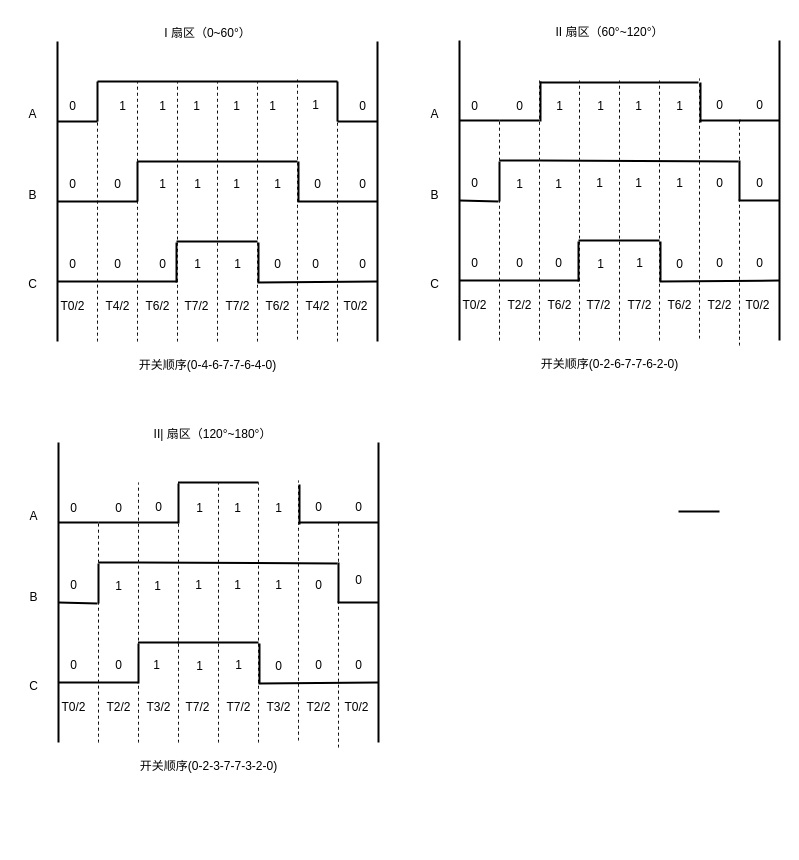
Vinson-001/Blog-flow-chart keeps this draw.io diagram as page "SVPWM 开关时序" (3 of 3) of SVPWM 脉冲调制.drawio. Above is the earlier version. Source tidied: cells renumbered, new cells numbered last; positions are measured from the earlier drawing's top-left corner, leaving out a move shared by most shapes. Both pictures are drawn from the tidied source at 100%, with x=0, y=0 at pixel (17, 17).
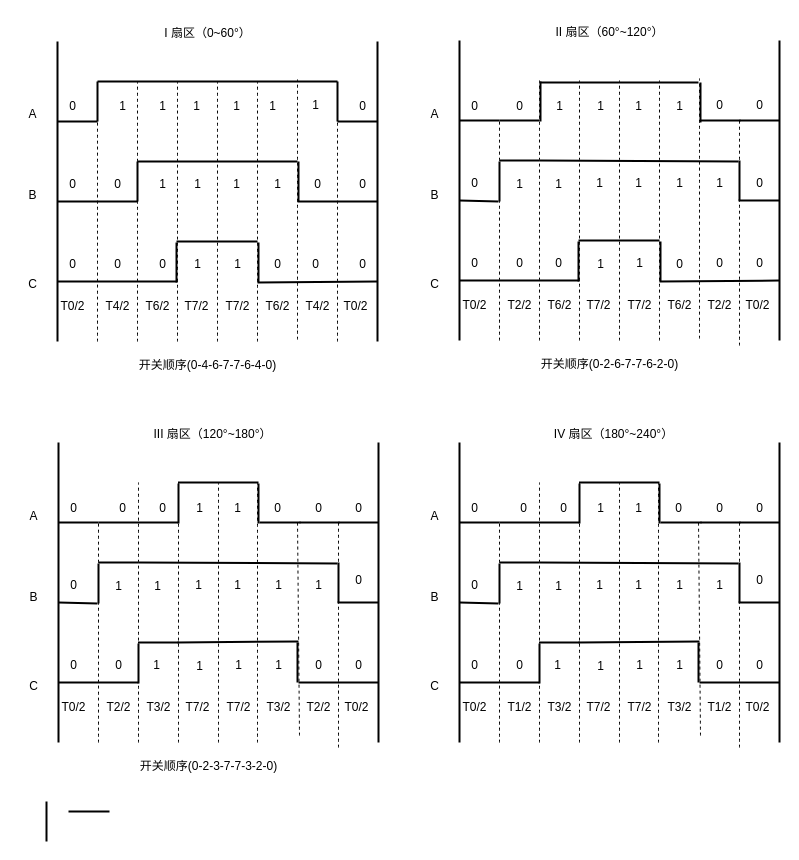
After the change.

What changed in the source:
```diff
@@
-    <mxCell id="92" value="0" style="text;html=1;align=center;verticalAlign=middle;strokeColor=none;fillColor=none;" parent="1" vertex="1">
+    <mxCell id="92" value="1" style="text;html=1;align=center;verticalAlign=middle;strokeColor=none;fillColor=none;" parent="1" vertex="1">
       <mxGeometry x="687" y="151" width="30" height="30" as="geometry" />
     </mxCell>
@@
     <mxCell id="128" style="endArrow=none;html=1;rounded=0;curved=1;strokeWidth=2;" parent="1" edge="1">
       <mxGeometry relative="1" as="geometry">
-        <mxPoint x="282" y="507" as="sourcePoint" />
-        <mxPoint x="282" y="467" as="targetPoint" />
+        <mxPoint x="241" y="506" as="sourcePoint" />
+        <mxPoint x="241" y="466" as="targetPoint" />
       </mxGeometry>
     </mxCell>
@@
     <mxCell id="130" value="0" style="text;html=1;align=center;verticalAlign=middle;strokeColor=none;fillColor=none;" parent="1" vertex="1">
-      <mxGeometry x="326" y="475" width="30" height="30" as="geometry" />
+      <mxGeometry x="326" y="476" width="30" height="30" as="geometry" />
     </mxCell>
@@
     <mxCell id="147" style="endArrow=none;html=1;rounded=0;curved=1;strokeWidth=2;" parent="1" edge="1">
       <mxGeometry relative="1" as="geometry">
         <mxPoint x="160" y="625" as="sourcePoint" />
-        <mxPoint x="241" y="625" as="targetPoint" />
+        <mxPoint x="281" y="624" as="targetPoint" />
       </mxGeometry>
     </mxCell>
@@
     <mxCell id="150" style="endArrow=none;html=1;rounded=0;curved=1;strokeWidth=2;" parent="1" edge="1">
       <mxGeometry relative="1" as="geometry">
-        <mxPoint x="242" y="666" as="sourcePoint" />
-        <mxPoint x="242" y="626" as="targetPoint" />
+        <mxPoint x="280" y="665" as="sourcePoint" />
+        <mxPoint x="280" y="625" as="targetPoint" />
       </mxGeometry>
     </mxCell>
     <mxCell id="151" style="endArrow=none;html=1;rounded=0;curved=1;strokeWidth=2;" parent="1" edge="1">
       <mxGeometry relative="1" as="geometry">
-        <mxPoint x="241" y="666" as="sourcePoint" />
+        <mxPoint x="281" y="665" as="sourcePoint" />
         <mxPoint x="361" y="665" as="targetPoint" />
       </mxGeometry>
     </mxCell>
-    <mxCell id="152" value="0" style="text;html=1;align=center;verticalAlign=middle;strokeColor=none;fillColor=none;" parent="1" vertex="1">
-      <mxGeometry x="246" y="634" width="30" height="30" as="geometry" />
+    <mxCell id="152" value="1" style="text;html=1;align=center;verticalAlign=middle;strokeColor=none;fillColor=none;" parent="1" vertex="1">
+      <mxGeometry x="246" y="633" width="30" height="30" as="geometry" />
     </mxCell>
@@
-    <mxCell id="156" value="0" style="text;html=1;align=center;verticalAlign=middle;strokeColor=none;fillColor=none;" parent="1" vertex="1">
+    <mxCell id="156" value="1" style="text;html=1;align=center;verticalAlign=middle;strokeColor=none;fillColor=none;" parent="1" vertex="1">
       <mxGeometry x="286" y="553" width="30" height="30" as="geometry" />
     </mxCell>
@@
     <mxCell id="174" style="endArrow=none;dashed=1;html=1;rounded=0;curved=1;" parent="1" edge="1">
       <mxGeometry relative="1" as="geometry">
-        <mxPoint x="241" y="725" as="sourcePoint" />
-        <mxPoint x="241" y="465" as="targetPoint" />
+        <mxPoint x="240" y="725" as="sourcePoint" />
+        <mxPoint x="240" y="465" as="targetPoint" />
       </mxGeometry>
     </mxCell>
-    <mxCell id="175" style="endArrow=none;dashed=1;html=1;rounded=0;curved=1;" parent="1" edge="1">
+    <mxCell id="175" style="endArrow=none;dashed=1;html=1;rounded=0;curved=1;entryX=0;entryY=1.067;entryDx=0;entryDy=0;entryPerimeter=0;" parent="1" edge="1">
       <mxGeometry relative="1" as="geometry">
-        <mxPoint x="281" y="723" as="sourcePoint" />
-        <mxPoint x="281" y="463" as="targetPoint" />
+        <mxPoint x="282" y="718" as="sourcePoint" />
+        <mxPoint x="280" y="503" as="targetPoint" />
       </mxGeometry>
     </mxCell>
@@
-    <mxCell id="177" value="II| 扇区（120°~180°）" style="text;html=1;align=center;verticalAlign=middle;strokeColor=none;fillColor=none;" parent="1" vertex="1">
+    <mxCell id="177" value="III 扇区（120°~180°）" style="text;html=1;align=center;verticalAlign=middle;strokeColor=none;fillColor=none;" parent="1" vertex="1">
       <mxGeometry x="125" y="402" width="140" height="30" as="geometry" />
     </mxCell>
@@
     <mxCell id="182" value="0" style="text;html=1;align=center;verticalAlign=middle;strokeColor=none;fillColor=none;" parent="1" vertex="1">
-      <mxGeometry x="86" y="476" width="30" height="30" as="geometry" />
+      <mxGeometry x="90" y="476" width="30" height="30" as="geometry" />
     </mxCell>
@@
     <mxCell id="184" value="0" style="text;html=1;align=center;verticalAlign=middle;strokeColor=none;fillColor=none;" parent="1" vertex="1">
-      <mxGeometry x="126" y="475" width="30" height="30" as="geometry" />
+      <mxGeometry x="130" y="476" width="30" height="30" as="geometry" />
     </mxCell>
@@
-    <mxCell id="188" value="1" style="text;html=1;align=center;verticalAlign=middle;strokeColor=none;fillColor=none;" parent="1" vertex="1">
-      <mxGeometry x="246" y="476" width="30" height="30" as="geometry" />
+    <mxCell id="188" value="0" style="text;html=1;align=center;verticalAlign=middle;strokeColor=none;fillColor=none;" parent="1" vertex="1">
+      <mxGeometry x="245" y="476" width="30" height="30" as="geometry" />
     </mxCell>
     <mxCell id="189" value="0" style="text;html=1;align=center;verticalAlign=middle;strokeColor=none;fillColor=none;" parent="1" vertex="1">
-      <mxGeometry x="286" y="475" width="30" height="30" as="geometry" />
+      <mxGeometry x="286" y="476" width="30" height="30" as="geometry" />
     </mxCell>
     <mxCell id="190" style="endArrow=none;html=1;rounded=0;curved=1;strokeWidth=2;" parent="1" edge="1">
       <mxGeometry relative="1" as="geometry">
-        <mxPoint x="661" y="494" as="sourcePoint" />
-        <mxPoint x="702" y="494" as="targetPoint" />
+        <mxPoint x="51" y="794" as="sourcePoint" />
+        <mxPoint x="92" y="794" as="targetPoint" />
       </mxGeometry>
     </mxCell>
@@
+    <mxCell id="193" style="endArrow=none;html=1;rounded=0;curved=1;strokeWidth=2;" parent="1" edge="1">
+      <mxGeometry relative="1" as="geometry">
+        <mxPoint x="29" y="824" as="sourcePoint" />
+        <mxPoint x="29" y="784" as="targetPoint" />
+      </mxGeometry>
+    </mxCell>
+    <mxCell id="194" style="endArrow=none;html=1;rounded=0;curved=1;strokeWidth=2;" parent="1" edge="1">
+      <mxGeometry relative="1" as="geometry">
+        <mxPoint x="242" y="505" as="sourcePoint" />
+        <mxPoint x="283" y="505" as="targetPoint" />
+      </mxGeometry>
+    </mxCell>
+    <mxCell id="195" style="endArrow=none;html=1;rounded=0;curved=1;strokeWidth=2;" parent="1" edge="1">
+      <mxGeometry relative="1" as="geometry">
+        <mxPoint x="442" y="505" as="sourcePoint" />
+        <mxPoint x="482" y="505" as="targetPoint" />
+      </mxGeometry>
+    </mxCell>
+    <mxCell id="196" style="endArrow=none;html=1;rounded=0;curved=1;strokeWidth=2;" parent="1" edge="1">
+      <mxGeometry relative="1" as="geometry">
+        <mxPoint x="642" y="506" as="sourcePoint" />
+        <mxPoint x="642" y="466" as="targetPoint" />
+      </mxGeometry>
+    </mxCell>
+    <mxCell id="197" style="endArrow=none;html=1;rounded=0;curved=1;strokeWidth=2;" parent="1" edge="1">
+      <mxGeometry relative="1" as="geometry">
+        <mxPoint x="722" y="505" as="sourcePoint" />
+        <mxPoint x="762" y="505" as="targetPoint" />
+      </mxGeometry>
+    </mxCell>
+    <mxCell id="198" value="0" style="text;html=1;align=center;verticalAlign=middle;strokeColor=none;fillColor=none;" parent="1" vertex="1">
+      <mxGeometry x="727" y="476" width="30" height="30" as="geometry" />
+    </mxCell>
+    <mxCell id="199" style="endArrow=none;html=1;rounded=0;curved=1;strokeWidth=2;" parent="1" edge="1">
+      <mxGeometry relative="1" as="geometry">
+        <mxPoint x="442" y="725" as="sourcePoint" />
+        <mxPoint x="442" y="425" as="targetPoint" />
+      </mxGeometry>
+    </mxCell>
+    <mxCell id="200" value="A" style="text;html=1;align=center;verticalAlign=middle;strokeColor=none;fillColor=none;" parent="1" vertex="1">
+      <mxGeometry x="402" y="484" width="30" height="30" as="geometry" />
+    </mxCell>
+    <mxCell id="201" style="endArrow=none;html=1;rounded=0;curved=1;strokeWidth=2;" parent="1" edge="1">
+      <mxGeometry relative="1" as="geometry">
+        <mxPoint x="442" y="585" as="sourcePoint" />
+        <mxPoint x="481" y="586" as="targetPoint" />
+      </mxGeometry>
+    </mxCell>
+    <mxCell id="202" style="endArrow=none;html=1;rounded=0;curved=1;strokeWidth=2;" parent="1" edge="1">
+      <mxGeometry relative="1" as="geometry">
+        <mxPoint x="482" y="586" as="sourcePoint" />
+        <mxPoint x="482" y="546" as="targetPoint" />
+      </mxGeometry>
+    </mxCell>
+    <mxCell id="203" style="endArrow=none;html=1;rounded=0;curved=1;strokeWidth=2;" parent="1" edge="1">
+      <mxGeometry relative="1" as="geometry">
+        <mxPoint x="522" y="545" as="sourcePoint" />
+        <mxPoint x="721" y="546" as="targetPoint" />
+      </mxGeometry>
+    </mxCell>
+    <mxCell id="204" style="endArrow=none;html=1;rounded=0;curved=1;strokeWidth=2;" parent="1" edge="1">
+      <mxGeometry relative="1" as="geometry">
+        <mxPoint x="722" y="585" as="sourcePoint" />
+        <mxPoint x="722" y="545" as="targetPoint" />
+      </mxGeometry>
+    </mxCell>
+    <mxCell id="205" style="endArrow=none;html=1;rounded=0;curved=1;strokeWidth=2;" parent="1" edge="1">
+      <mxGeometry relative="1" as="geometry">
+        <mxPoint x="721" y="585" as="sourcePoint" />
+        <mxPoint x="762" y="585" as="targetPoint" />
+      </mxGeometry>
+    </mxCell>
+    <mxCell id="206" style="endArrow=none;html=1;rounded=0;curved=1;strokeWidth=2;" parent="1" edge="1">
+      <mxGeometry relative="1" as="geometry">
+        <mxPoint x="442" y="665" as="sourcePoint" />
+        <mxPoint x="522" y="665" as="targetPoint" />
+      </mxGeometry>
+    </mxCell>
+    <mxCell id="207" value="0" style="text;html=1;align=center;verticalAlign=middle;strokeColor=none;fillColor=none;" parent="1" vertex="1">
+      <mxGeometry x="442" y="553" width="30" height="30" as="geometry" />
+    </mxCell>
+    <mxCell id="208" value="0" style="text;html=1;align=center;verticalAlign=middle;strokeColor=none;fillColor=none;" parent="1" vertex="1">
+      <mxGeometry x="442" y="633" width="30" height="30" as="geometry" />
+    </mxCell>
+    <mxCell id="209" value="1" style="text;html=1;align=center;verticalAlign=middle;strokeColor=none;fillColor=none;" parent="1" vertex="1">
+      <mxGeometry x="487" y="554" width="30" height="30" as="geometry" />
+    </mxCell>
+    <mxCell id="210" value="0" style="text;html=1;align=center;verticalAlign=middle;strokeColor=none;fillColor=none;" parent="1" vertex="1">
+      <mxGeometry x="487" y="633" width="30" height="30" as="geometry" />
+    </mxCell>
+    <mxCell id="211" value="1" style="text;html=1;align=center;verticalAlign=middle;strokeColor=none;fillColor=none;" parent="1" vertex="1">
+      <mxGeometry x="526" y="554" width="30" height="30" as="geometry" />
+    </mxCell>
+    <mxCell id="212" value="1" style="text;html=1;align=center;verticalAlign=middle;strokeColor=none;fillColor=none;" parent="1" vertex="1">
+      <mxGeometry x="525" y="633" width="30" height="30" as="geometry" />
+    </mxCell>
+    <mxCell id="213" value="1" style="text;html=1;align=center;verticalAlign=middle;strokeColor=none;fillColor=none;" parent="1" vertex="1">
+      <mxGeometry x="567" y="553" width="30" height="30" as="geometry" />
+    </mxCell>
+    <mxCell id="214" style="endArrow=none;html=1;rounded=0;curved=1;strokeWidth=2;" parent="1" edge="1">
+      <mxGeometry relative="1" as="geometry">
+        <mxPoint x="522" y="666" as="sourcePoint" />
+        <mxPoint x="522" y="626" as="targetPoint" />
+      </mxGeometry>
+    </mxCell>
+    <mxCell id="215" style="endArrow=none;html=1;rounded=0;curved=1;strokeWidth=2;" parent="1" edge="1">
+      <mxGeometry relative="1" as="geometry">
+        <mxPoint x="561" y="625" as="sourcePoint" />
+        <mxPoint x="682" y="624" as="targetPoint" />
+      </mxGeometry>
+    </mxCell>
+    <mxCell id="216" value="1" style="text;html=1;align=center;verticalAlign=middle;strokeColor=none;fillColor=none;" parent="1" vertex="1">
+      <mxGeometry x="568" y="634" width="30" height="30" as="geometry" />
+    </mxCell>
+    <mxCell id="217" value="1" style="text;html=1;align=center;verticalAlign=middle;strokeColor=none;fillColor=none;" parent="1" vertex="1">
+      <mxGeometry x="606" y="553" width="30" height="30" as="geometry" />
+    </mxCell>
+    <mxCell id="218" style="endArrow=none;html=1;rounded=0;curved=1;strokeWidth=2;" parent="1" edge="1">
+      <mxGeometry relative="1" as="geometry">
+        <mxPoint x="681" y="665" as="sourcePoint" />
+        <mxPoint x="681" y="625" as="targetPoint" />
+      </mxGeometry>
+    </mxCell>
+    <mxCell id="219" style="endArrow=none;html=1;rounded=0;curved=1;strokeWidth=2;" parent="1" edge="1">
+      <mxGeometry relative="1" as="geometry">
+        <mxPoint x="682" y="665" as="sourcePoint" />
+        <mxPoint x="762" y="665" as="targetPoint" />
+      </mxGeometry>
+    </mxCell>
+    <mxCell id="220" value="1" style="text;html=1;align=center;verticalAlign=middle;strokeColor=none;fillColor=none;" parent="1" vertex="1">
+      <mxGeometry x="647" y="633" width="30" height="30" as="geometry" />
+    </mxCell>
+    <mxCell id="221" value="0" style="text;html=1;align=center;verticalAlign=middle;strokeColor=none;fillColor=none;" parent="1" vertex="1">
+      <mxGeometry x="687" y="633" width="30" height="30" as="geometry" />
+    </mxCell>
+    <mxCell id="222" value="0" style="text;html=1;align=center;verticalAlign=middle;strokeColor=none;fillColor=none;" parent="1" vertex="1">
+      <mxGeometry x="727" y="633" width="30" height="30" as="geometry" />
+    </mxCell>
+    <mxCell id="223" value="1" style="text;html=1;align=center;verticalAlign=middle;strokeColor=none;fillColor=none;" parent="1" vertex="1">
+      <mxGeometry x="647" y="553" width="30" height="30" as="geometry" />
+    </mxCell>
+    <mxCell id="224" value="1" style="text;html=1;align=center;verticalAlign=middle;strokeColor=none;fillColor=none;" parent="1" vertex="1">
+      <mxGeometry x="687" y="553" width="30" height="30" as="geometry" />
+    </mxCell>
+    <mxCell id="225" value="0" style="text;html=1;align=center;verticalAlign=middle;strokeColor=none;fillColor=none;" parent="1" vertex="1">
+      <mxGeometry x="727" y="548" width="30" height="30" as="geometry" />
+    </mxCell>
+    <mxCell id="226" value="1" style="text;html=1;align=center;verticalAlign=middle;strokeColor=none;fillColor=none;" parent="1" vertex="1">
+      <mxGeometry x="607" y="633" width="30" height="30" as="geometry" />
+    </mxCell>
+    <mxCell id="227" value="B" style="text;html=1;align=center;verticalAlign=middle;strokeColor=none;fillColor=none;" parent="1" vertex="1">
+      <mxGeometry x="402" y="565" width="30" height="30" as="geometry" />
+    </mxCell>
+    <mxCell id="228" value="C" style="text;html=1;align=center;verticalAlign=middle;strokeColor=none;fillColor=none;" parent="1" vertex="1">
+      <mxGeometry x="402" y="654" width="30" height="30" as="geometry" />
+    </mxCell>
+    <mxCell id="229" style="endArrow=none;html=1;rounded=0;curved=1;strokeWidth=2;" parent="1" edge="1">
+      <mxGeometry relative="1" as="geometry">
+        <mxPoint x="762" y="725" as="sourcePoint" />
+        <mxPoint x="762" y="425" as="targetPoint" />
+      </mxGeometry>
+    </mxCell>
+    <mxCell id="230" value="T0/2" style="text;html=1;align=center;verticalAlign=middle;strokeColor=none;fillColor=none;" parent="1" vertex="1">
+      <mxGeometry x="432" y="675" width="50" height="30" as="geometry" />
+    </mxCell>
+    <mxCell id="231" value="T1/2" style="text;html=1;align=center;verticalAlign=middle;strokeColor=none;fillColor=none;" parent="1" vertex="1">
+      <mxGeometry x="477" y="675" width="50" height="30" as="geometry" />
+    </mxCell>
+    <mxCell id="232" value="T3/2" style="text;html=1;align=center;verticalAlign=middle;strokeColor=none;fillColor=none;" parent="1" vertex="1">
+      <mxGeometry x="517" y="675" width="50" height="30" as="geometry" />
+    </mxCell>
+    <mxCell id="233" value="T7/2" style="text;html=1;align=center;verticalAlign=middle;strokeColor=none;fillColor=none;" parent="1" vertex="1">
+      <mxGeometry x="556" y="675" width="50" height="30" as="geometry" />
+    </mxCell>
+    <mxCell id="234" value="T7/2" style="text;html=1;align=center;verticalAlign=middle;strokeColor=none;fillColor=none;" parent="1" vertex="1">
+      <mxGeometry x="597" y="675" width="50" height="30" as="geometry" />
+    </mxCell>
+    <mxCell id="235" value="T3/2" style="text;html=1;align=center;verticalAlign=middle;strokeColor=none;fillColor=none;" parent="1" vertex="1">
+      <mxGeometry x="637" y="675" width="50" height="30" as="geometry" />
+    </mxCell>
+    <mxCell id="236" value="T1/2" style="text;html=1;align=center;verticalAlign=middle;strokeColor=none;fillColor=none;" parent="1" vertex="1">
+      <mxGeometry x="677" y="675" width="50" height="30" as="geometry" />
+    </mxCell>
+    <mxCell id="237" value="T0/2" style="text;html=1;align=center;verticalAlign=middle;strokeColor=none;fillColor=none;" parent="1" vertex="1">
+      <mxGeometry x="715" y="675" width="50" height="30" as="geometry" />
+    </mxCell>
+    <mxCell id="238" style="endArrow=none;dashed=1;html=1;rounded=0;curved=1;" parent="1" edge="1">
+      <mxGeometry relative="1" as="geometry">
+        <mxPoint x="482" y="725" as="sourcePoint" />
+        <mxPoint x="482" y="505" as="targetPoint" />
+      </mxGeometry>
+    </mxCell>
+    <mxCell id="239" style="endArrow=none;dashed=1;html=1;rounded=0;curved=1;" parent="1" edge="1">
+      <mxGeometry relative="1" as="geometry">
+        <mxPoint x="522" y="725" as="sourcePoint" />
+        <mxPoint x="522" y="465" as="targetPoint" />
+      </mxGeometry>
+    </mxCell>
+    <mxCell id="240" style="endArrow=none;dashed=1;html=1;rounded=0;curved=1;" parent="1" edge="1">
+      <mxGeometry relative="1" as="geometry">
+        <mxPoint x="562" y="725" as="sourcePoint" />
+        <mxPoint x="562" y="465" as="targetPoint" />
+      </mxGeometry>
+    </mxCell>
+    <mxCell id="241" style="endArrow=none;dashed=1;html=1;rounded=0;curved=1;" parent="1" edge="1">
+      <mxGeometry relative="1" as="geometry">
+        <mxPoint x="602" y="725" as="sourcePoint" />
+        <mxPoint x="602" y="465" as="targetPoint" />
+      </mxGeometry>
+    </mxCell>
+    <mxCell id="242" style="endArrow=none;dashed=1;html=1;rounded=0;curved=1;" parent="1" edge="1">
+      <mxGeometry relative="1" as="geometry">
+        <mxPoint x="641" y="725" as="sourcePoint" />
+        <mxPoint x="641" y="465" as="targetPoint" />
+      </mxGeometry>
+    </mxCell>
+    <mxCell id="243" style="endArrow=none;dashed=1;html=1;rounded=0;curved=1;entryX=0;entryY=1.067;entryDx=0;entryDy=0;entryPerimeter=0;" parent="1" edge="1">
+      <mxGeometry relative="1" as="geometry">
+        <mxPoint x="683" y="718" as="sourcePoint" />
+        <mxPoint x="681" y="503" as="targetPoint" />
+      </mxGeometry>
+    </mxCell>
+    <mxCell id="244" style="endArrow=none;dashed=1;html=1;rounded=0;curved=1;" parent="1" edge="1">
+      <mxGeometry relative="1" as="geometry">
+        <mxPoint x="722" y="730" as="sourcePoint" />
+        <mxPoint x="722" y="503" as="targetPoint" />
+      </mxGeometry>
+    </mxCell>
+    <mxCell id="245" value="IV 扇区（180°~240°）" style="text;html=1;align=center;verticalAlign=middle;strokeColor=none;fillColor=none;" parent="1" vertex="1">
+      <mxGeometry x="526" y="402" width="140" height="30" as="geometry" />
+    </mxCell>
+    <mxCell id="246" style="endArrow=none;html=1;rounded=0;curved=1;strokeWidth=2;" parent="1" edge="1">
+      <mxGeometry relative="1" as="geometry">
+        <mxPoint x="482" y="545" as="sourcePoint" />
+        <mxPoint x="522" y="545" as="targetPoint" />
+      </mxGeometry>
+    </mxCell>
+    <mxCell id="247" value="0" style="text;html=1;align=center;verticalAlign=middle;strokeColor=none;fillColor=none;" parent="1" vertex="1">
+      <mxGeometry x="442" y="476" width="30" height="30" as="geometry" />
+    </mxCell>
+    <mxCell id="248" style="endArrow=none;html=1;rounded=0;curved=1;strokeWidth=2;" parent="1" edge="1">
+      <mxGeometry relative="1" as="geometry">
+        <mxPoint x="482" y="505" as="sourcePoint" />
+        <mxPoint x="562" y="505" as="targetPoint" />
+      </mxGeometry>
+    </mxCell>
+    <mxCell id="249" value="0" style="text;html=1;align=center;verticalAlign=middle;strokeColor=none;fillColor=none;" parent="1" vertex="1">
+      <mxGeometry x="491" y="476" width="30" height="30" as="geometry" />
+    </mxCell>
+    <mxCell id="250" style="endArrow=none;html=1;rounded=0;curved=1;strokeWidth=2;" parent="1" edge="1">
+      <mxGeometry relative="1" as="geometry">
+        <mxPoint x="562" y="506" as="sourcePoint" />
+        <mxPoint x="562" y="466" as="targetPoint" />
+      </mxGeometry>
+    </mxCell>
+    <mxCell id="251" value="0" style="text;html=1;align=center;verticalAlign=middle;strokeColor=none;fillColor=none;" parent="1" vertex="1">
+      <mxGeometry x="531" y="476" width="30" height="30" as="geometry" />
+    </mxCell>
+    <mxCell id="252" value="1" style="text;html=1;align=center;verticalAlign=middle;strokeColor=none;fillColor=none;" parent="1" vertex="1">
+      <mxGeometry x="568" y="476" width="30" height="30" as="geometry" />
+    </mxCell>
+    <mxCell id="253" value="1" style="text;html=1;align=center;verticalAlign=middle;strokeColor=none;fillColor=none;" parent="1" vertex="1">
+      <mxGeometry x="606" y="476" width="30" height="30" as="geometry" />
+    </mxCell>
+    <mxCell id="254" style="endArrow=none;html=1;rounded=0;curved=1;strokeWidth=2;" parent="1" edge="1">
+      <mxGeometry relative="1" as="geometry">
+        <mxPoint x="683" y="505" as="sourcePoint" />
+        <mxPoint x="723" y="505" as="targetPoint" />
+      </mxGeometry>
+    </mxCell>
+    <mxCell id="255" value="0" style="text;html=1;align=center;verticalAlign=middle;strokeColor=none;fillColor=none;" parent="1" vertex="1">
+      <mxGeometry x="646" y="476" width="30" height="30" as="geometry" />
+    </mxCell>
+    <mxCell id="256" value="0" style="text;html=1;align=center;verticalAlign=middle;strokeColor=none;fillColor=none;" parent="1" vertex="1">
+      <mxGeometry x="687" y="476" width="30" height="30" as="geometry" />
+    </mxCell>
+    <mxCell id="257" style="endArrow=none;html=1;rounded=0;curved=1;strokeWidth=2;" parent="1" edge="1">
+      <mxGeometry relative="1" as="geometry">
+        <mxPoint x="521.5" y="625" as="sourcePoint" />
+        <mxPoint x="562.5" y="625" as="targetPoint" />
+      </mxGeometry>
+    </mxCell>
+    <mxCell id="258" style="endArrow=none;html=1;rounded=0;curved=1;strokeWidth=2;" parent="1" edge="1">
+      <mxGeometry relative="1" as="geometry">
+        <mxPoint x="561.5" y="465" as="sourcePoint" />
+        <mxPoint x="642" y="465" as="targetPoint" />
+      </mxGeometry>
+    </mxCell>
+    <mxCell id="259" style="endArrow=none;html=1;rounded=0;curved=1;strokeWidth=2;" parent="1" edge="1">
+      <mxGeometry relative="1" as="geometry">
+        <mxPoint x="643" y="505" as="sourcePoint" />
+        <mxPoint x="684" y="505" as="targetPoint" />
+      </mxGeometry>
+    </mxCell>
```
